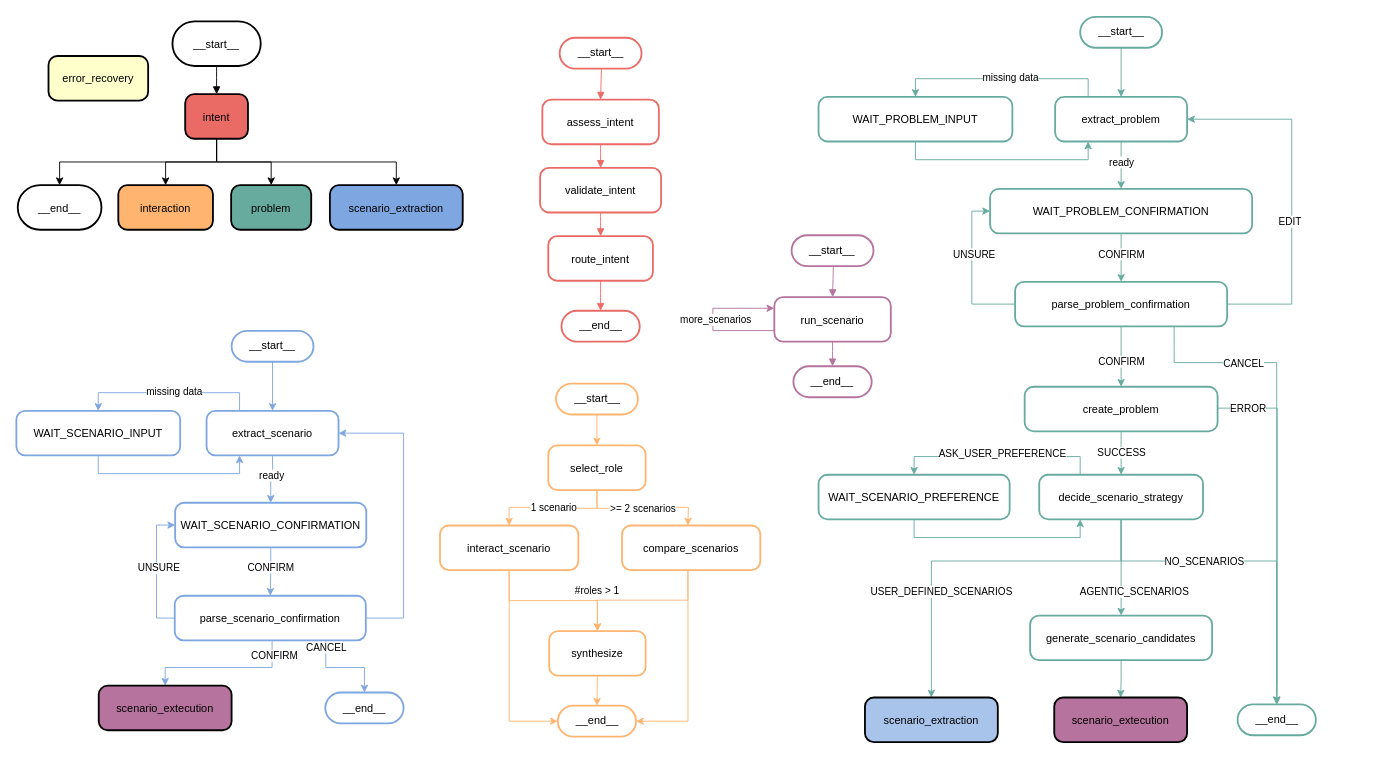
Before: diagram.drawio in tn-aixpa/overtourism-ai-assistant, a draw.io diagram. Source tidied: cells renumbered, new cells numbered last; positions are measured from the earlier drawing's top-left corner, leaving out a move shared by most shapes. Both pictures are drawn from the tidied source at 91%, with x=0, y=0 at pixel (15, 16).
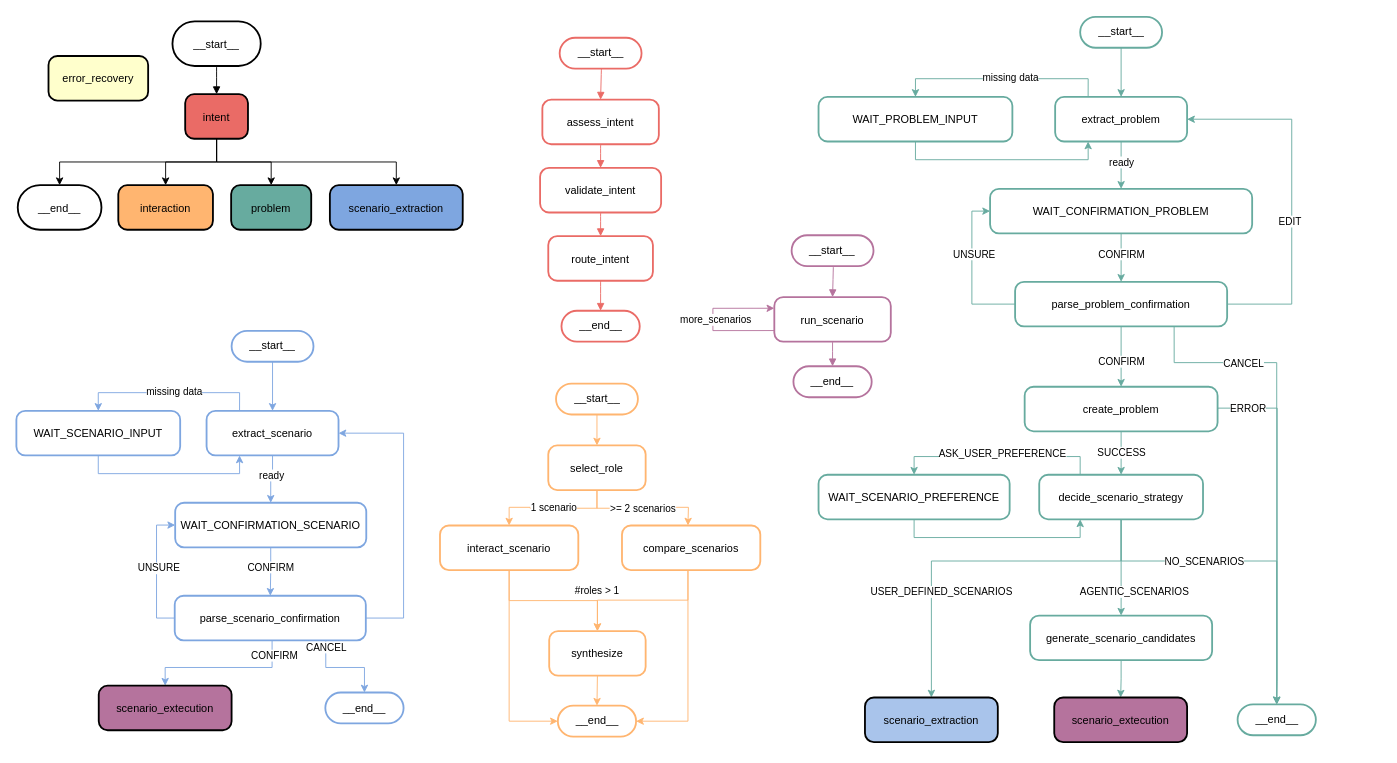
The same page after the edit.

Commit message (it also covers changes not shown here):
inproved confirmation for problem and scenario

The change refers to these unchanged cells:
```xml
<mxCell id="23" style="group;" parent="1" vertex="1">
  <mxGeometry x="882" width="618.5" height="804" as="geometry" />
</mxCell>
```

The edit, as a diff of the source:
```diff
@@
-    <mxCell id="53" value="WAIT_PROBLEM_CONFIRMATION" style="rounded=1;arcSize=20;strokeWidth=2;strokeColor=light-dark(#67AB9F,#67AB9F);" parent="23" vertex="1">
+    <mxCell id="53" value="WAIT_CONFIRMATION_PROBLEM" style="rounded=1;arcSize=20;strokeWidth=2;strokeColor=light-dark(#67AB9F,#67AB9F);" parent="23" vertex="1">
       <mxGeometry x="188.5" y="189" width="288" height="49" as="geometry" />
     </mxCell>
@@
-    <mxCell id="110" value="WAIT_SCENARIO_CONFIRMATION" style="rounded=1;arcSize=20;strokeWidth=2;strokeColor=light-dark(#7EA6E0,#7EA6E0);" parent="1" vertex="1">
+    <mxCell id="110" value="WAIT_CONFIRMATION_SCENARIO" style="rounded=1;arcSize=20;strokeWidth=2;strokeColor=light-dark(#7EA6E0,#7EA6E0);" parent="1" vertex="1">
       <mxGeometry x="175" y="534" width="210" height="49" as="geometry" />
     </mxCell>
```
